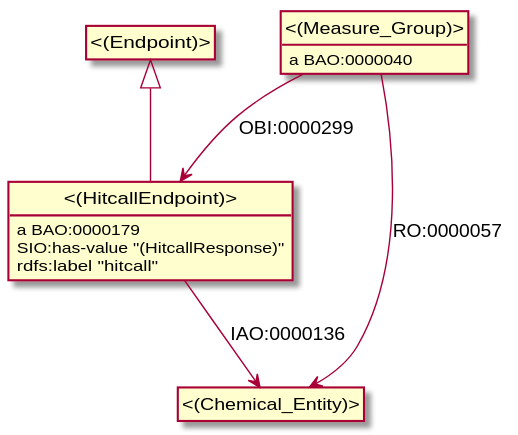
This is puml/mapping_2.svg from biobricks-ai/biobricks-okg, a PlantUML export, as it was before one commit.
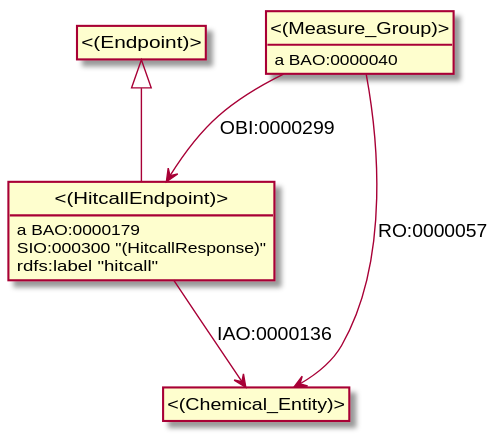
Above is the later version.

Diff of the diagram source:
```diff
@@ -8,7 +8,7 @@
 _HitcallEndpoint_ -up-|> _Endpoint_
 class _Chemical_Entity_ as "<(Chemical_Entity)>"
 _HitcallEndpoint_ -down-> _Chemical_Entity_ : IAO:0000136
-_HitcallEndpoint_ : {field} SIO:has-value "(HitcallResponse)"
+_HitcallEndpoint_ : {field} SIO:000300 "(HitcallResponse)"
 _HitcallEndpoint_ : {field} rdfs:label "hitcall"
 class _Measure_Group_ as "<(Measure_Group)>"
 _Measure_Group_ : {field} a BAO:0000040
```
